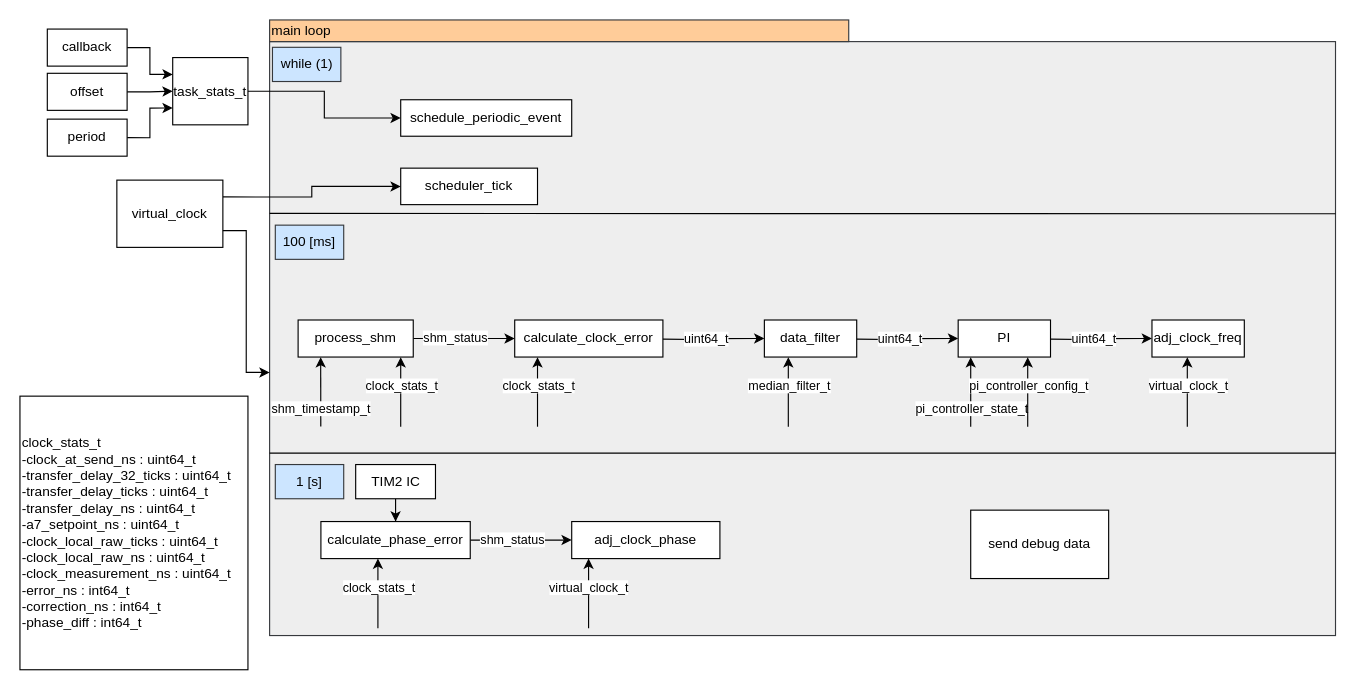
Earlier version of the draw.io diagram page "main_scheme" (3 of 4) of Untitled Diagram.drawio (DominikBudzynski/custom_ntp). Source tidied: cells renumbered, new cells numbered last; positions are measured from the earlier drawing's top-left corner, leaving out a move shared by most shapes. Both pictures are drawn from the tidied source at 114%, with x=0, y=0 at pixel (19, 19).
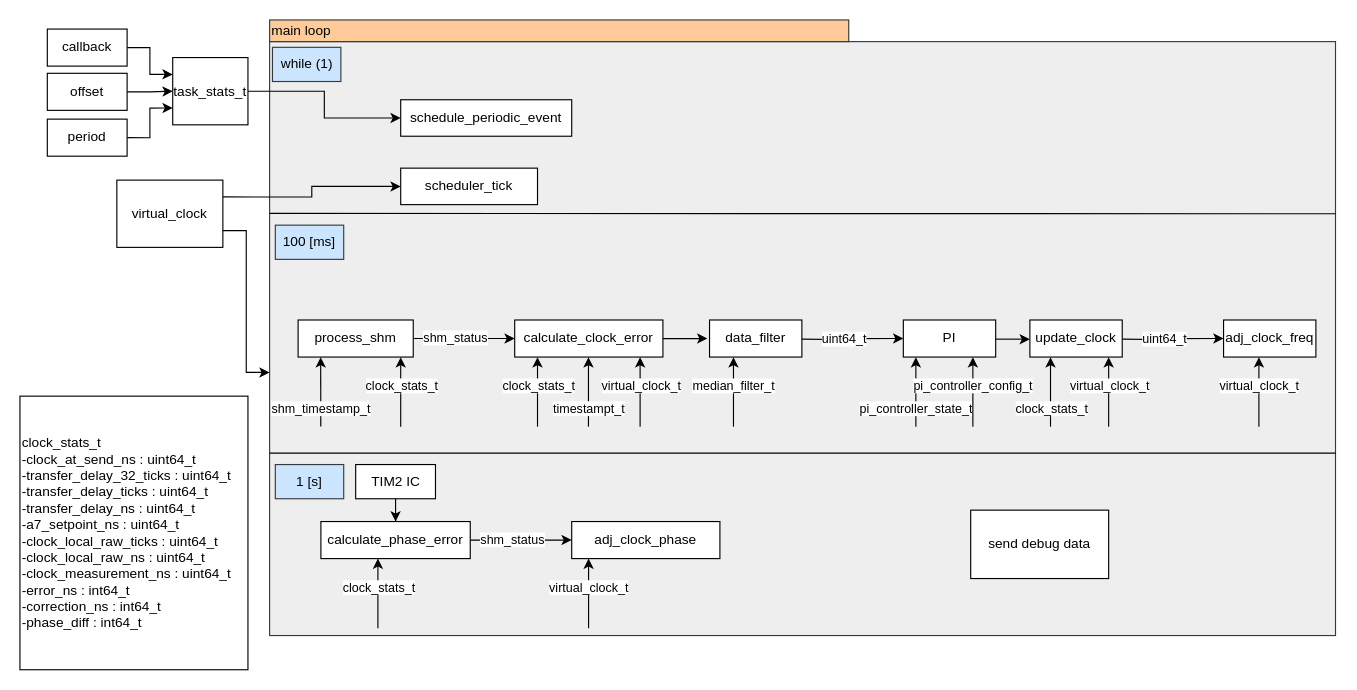
The same diagram, later.

The edit, as a diff of the source:
```diff
@@
-    <mxCell id="32" style="edgeStyle=orthogonalEdgeStyle;rounded=0;jettySize=auto;html=1;exitX=1;exitY=0.5;exitDx=0;exitDy=0;entryX=0;entryY=0.5;entryDx=0;entryDy=0;" parent="1" edge="1" target="34">
-      <mxGeometry relative="1" as="geometry">
-        <mxPoint x="564" y="280" as="sourcePoint" />
-      </mxGeometry>
-    </mxCell>
-    <mxCell id="33" value="uint64_t" style="edgeLabel;html=1;align=center;verticalAlign=middle;" parent="32" vertex="1">
-      <mxGeometry x="-0.18" y="1" relative="1" as="geometry" />
-    </mxCell>
     <mxCell id="34" value="data_filter" style="rounded=0;whiteSpace=wrap;html=1;" parent="1" vertex="1">
-      <mxGeometry x="653" y="263.2" width="81" height="32.5" as="geometry" />
+      <mxGeometry x="604.9" y="263.2" width="81" height="32.5" as="geometry" />
     </mxCell>
     <mxCell id="35" style="endArrow=classic;html=1;rounded=0;entryX=0.236;entryY=1.101;entryDx=0;entryDy=0;entryPerimeter=0;" parent="1" edge="1">
       <mxGeometry relative="1" as="geometry">
-        <mxPoint x="674" y="356.8" as="sourcePoint" />
-        <mxPoint x="674" y="295.8" as="targetPoint" />
+        <mxPoint x="625.9" y="356.8" as="sourcePoint" />
+        <mxPoint x="625.9" y="295.8" as="targetPoint" />
       </mxGeometry>
     </mxCell>
@@
     <mxCell id="37" style="edgeStyle=orthogonalEdgeStyle;rounded=0;jettySize=auto;html=1;exitX=1;exitY=0.5;exitDx=0;exitDy=0;entryX=0;entryY=0.5;entryDx=0;entryDy=0;" parent="1" edge="1" target="39">
       <mxGeometry relative="1" as="geometry">
-        <mxPoint x="734" y="280" as="sourcePoint" />
+        <mxPoint x="685.9" y="280" as="sourcePoint" />
       </mxGeometry>
     </mxCell>
@@
     <mxCell id="39" value="PI" style="rounded=0;whiteSpace=wrap;html=1;" parent="1" vertex="1">
-      <mxGeometry x="823" y="263.2" width="81" height="32.5" as="geometry" />
+      <mxGeometry x="774.9" y="263.2" width="81" height="32.5" as="geometry" />
     </mxCell>
     <mxCell id="40" style="endArrow=classic;html=1;rounded=0;entryX=0.236;entryY=1.101;entryDx=0;entryDy=0;entryPerimeter=0;" parent="1" edge="1">
       <mxGeometry relative="1" as="geometry">
-        <mxPoint x="834" y="356.8" as="sourcePoint" />
-        <mxPoint x="834" y="295.8" as="targetPoint" />
+        <mxPoint x="785.9" y="356.8" as="sourcePoint" />
+        <mxPoint x="785.9" y="295.8" as="targetPoint" />
       </mxGeometry>
     </mxCell>
@@
     <mxCell id="42" style="endArrow=classic;html=1;rounded=0;entryX=0.236;entryY=1.101;entryDx=0;entryDy=0;entryPerimeter=0;" parent="1" edge="1">
       <mxGeometry relative="1" as="geometry">
-        <mxPoint x="884" y="356.8" as="sourcePoint" />
-        <mxPoint x="884" y="295.8" as="targetPoint" />
+        <mxPoint x="835.9" y="356.8" as="sourcePoint" />
+        <mxPoint x="835.9" y="295.8" as="targetPoint" />
       </mxGeometry>
     </mxCell>
@@
     <mxCell id="44" style="edgeStyle=orthogonalEdgeStyle;rounded=0;jettySize=auto;html=1;exitX=1;exitY=0.5;exitDx=0;exitDy=0;entryX=0;entryY=0.5;entryDx=0;entryDy=0;" parent="1" edge="1" target="46">
       <mxGeometry relative="1" as="geometry">
-        <mxPoint x="904" y="280" as="sourcePoint" />
+        <mxPoint x="966.9" y="280" as="sourcePoint" />
       </mxGeometry>
     </mxCell>
@@
     <mxCell id="46" value="adj_clock_freq" style="rounded=0;whiteSpace=wrap;html=1;" parent="1" vertex="1">
-      <mxGeometry x="993" y="263.2" width="81" height="32.5" as="geometry" />
+      <mxGeometry x="1055.8" y="263.2" width="81" height="32.5" as="geometry" />
     </mxCell>
     <mxCell id="47" style="endArrow=classic;html=1;rounded=0;entryX=0.236;entryY=1.101;entryDx=0;entryDy=0;entryPerimeter=0;" parent="1" edge="1">
       <mxGeometry relative="1" as="geometry">
-        <mxPoint x="1024" y="356.8" as="sourcePoint" />
-        <mxPoint x="1024" y="295.8" as="targetPoint" />
+        <mxPoint x="1086.8" y="356.8" as="sourcePoint" />
+        <mxPoint x="1086.8" y="295.8" as="targetPoint" />
       </mxGeometry>
     </mxCell>
@@
+    <mxCell id="61" style="endArrow=classic;html=1;rounded=0;entryX=0.236;entryY=1.101;entryDx=0;entryDy=0;entryPerimeter=0;" parent="1" edge="1">
+      <mxGeometry relative="1" as="geometry">
+        <mxPoint x="498.7" y="356.8" as="sourcePoint" />
+        <mxPoint x="498.7" y="295.8" as="targetPoint" />
+      </mxGeometry>
+    </mxCell>
+    <mxCell id="62" value="timestampt_t" style="edgeLabel;html=1;align=center;verticalAlign=middle;" parent="61" vertex="1">
+      <mxGeometry x="-0.23" relative="1" as="geometry">
+        <mxPoint y="7" as="offset" />
+      </mxGeometry>
+    </mxCell>
+    <mxCell id="63" style="endArrow=classic;html=1;rounded=0;entryX=0.236;entryY=1.101;entryDx=0;entryDy=0;entryPerimeter=0;" parent="1" edge="1">
+      <mxGeometry relative="1" as="geometry">
+        <mxPoint x="544" y="356.8" as="sourcePoint" />
+        <mxPoint x="544" y="295.8" as="targetPoint" />
+      </mxGeometry>
+    </mxCell>
+    <mxCell id="64" value="virtual_clock_t" style="edgeLabel;html=1;align=center;verticalAlign=middle;" parent="63" vertex="1">
+      <mxGeometry x="-0.23" relative="1" as="geometry">
+        <mxPoint y="-13" as="offset" />
+      </mxGeometry>
+    </mxCell>
+    <mxCell id="65" style="edgeStyle=orthogonalEdgeStyle;rounded=0;orthogonalLoop=1;jettySize=auto;html=1;exitX=1;exitY=0.5;exitDx=0;exitDy=0;" parent="1" edge="1">
+      <mxGeometry relative="1" as="geometry">
+        <mxPoint x="564" y="279.5" as="sourcePoint" />
+        <mxPoint x="603" y="279.6" as="targetPoint" />
+      </mxGeometry>
+    </mxCell>
+    <mxCell id="66" style="edgeStyle=orthogonalEdgeStyle;rounded=0;orthogonalLoop=1;jettySize=auto;html=1;exitX=1;exitY=0.5;exitDx=0;exitDy=0;" parent="1" edge="1">
+      <mxGeometry relative="1" as="geometry">
+        <mxPoint x="855.9" y="280" as="sourcePoint" />
+        <mxPoint x="885.9" y="279.6" as="targetPoint" />
+      </mxGeometry>
+    </mxCell>
+    <mxCell id="67" value="update_clock" style="rounded=0;whiteSpace=wrap;html=1;" parent="1" vertex="1">
+      <mxGeometry x="885.9" y="263.2" width="81" height="32.5" as="geometry" />
+    </mxCell>
+    <mxCell id="68" style="endArrow=classic;html=1;rounded=0;entryX=0.236;entryY=1.101;entryDx=0;entryDy=0;entryPerimeter=0;" parent="1" edge="1">
+      <mxGeometry relative="1" as="geometry">
+        <mxPoint x="955" y="356.8" as="sourcePoint" />
+        <mxPoint x="955" y="295.8" as="targetPoint" />
+      </mxGeometry>
+    </mxCell>
+    <mxCell id="69" value="virtual_clock_t" style="edgeLabel;html=1;align=center;verticalAlign=middle;" parent="68" vertex="1">
+      <mxGeometry x="-0.23" relative="1" as="geometry">
+        <mxPoint y="-13" as="offset" />
+      </mxGeometry>
+    </mxCell>
+    <mxCell id="70" style="endArrow=classic;html=1;rounded=0;entryX=0.236;entryY=1.101;entryDx=0;entryDy=0;entryPerimeter=0;" parent="1" edge="1">
+      <mxGeometry relative="1" as="geometry">
+        <mxPoint x="904" y="356.8" as="sourcePoint" />
+        <mxPoint x="904" y="295.8" as="targetPoint" />
+      </mxGeometry>
+    </mxCell>
+    <mxCell id="71" value="clock_stats_t" style="edgeLabel;html=1;align=center;verticalAlign=middle;" parent="70" vertex="1">
+      <mxGeometry x="-0.23" relative="1" as="geometry">
+        <mxPoint y="7" as="offset" />
+      </mxGeometry>
+    </mxCell>
```
